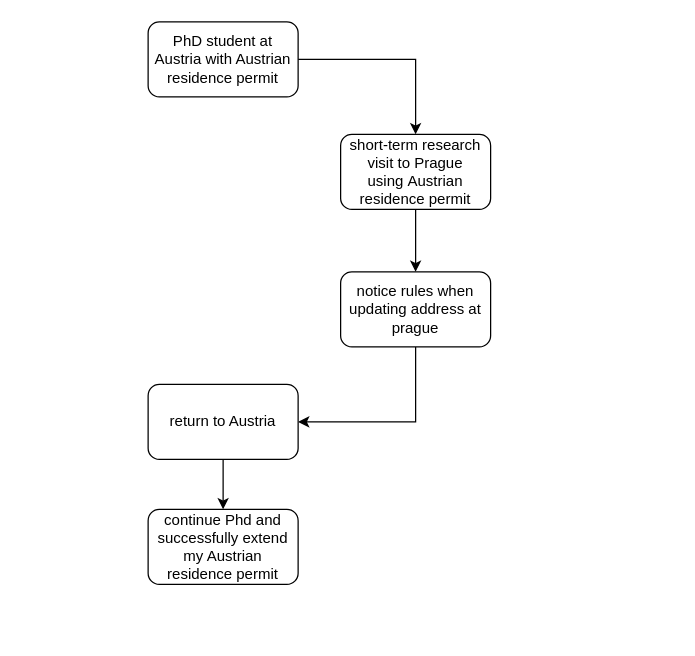
This is czech-visa.drawio from Zhang-Liao/draw-io, a draw.io file, before an edit. Source tidied: cells renumbered, new cells numbered last; positions are measured from the earlier drawing's top-left corner, leaving out a move shared by most shapes. Both pictures are drawn from the tidied source at 125%, with x=0, y=0 at pixel (148, 21).
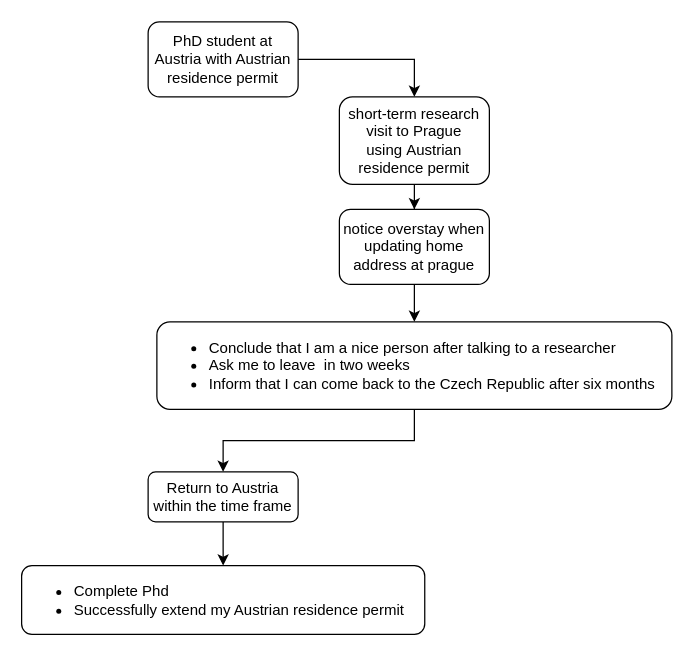
The same page after the edit.

What changed in the source:
```diff
@@
 <mxGraphModel>
   <root>
     <mxCell id="0" />
     <mxCell id="1" parent="0" />
     <mxCell id="2" style="edgeStyle=orthogonalEdgeStyle;rounded=0;jettySize=auto;html=1;exitX=1;exitY=0.5;exitDx=0;exitDy=0;entryX=0.5;entryY=0;entryDx=0;entryDy=0;" parent="1" edge="1" source="3" target="4">
       <mxGeometry relative="1" as="geometry" />
     </mxCell>
     <mxCell id="3" value="PhD student at Austria with Austrian residence permit" style="rounded=1;whiteSpace=wrap;html=1;" parent="1" vertex="1">
       <mxGeometry width="120" height="60" as="geometry" />
     </mxCell>
     <mxCell id="4" value="short-term research visit to Prague&lt;div&gt;using&amp;nbsp;&lt;span style=&quot;background-color: transparent; color: light-dark(rgb(0, 0, 0), rgb(255, 255, 255));&quot;&gt;Austrian residence permit&lt;/span&gt;&lt;/div&gt;" style="rounded=1;whiteSpace=wrap;html=1;" parent="1" vertex="1">
-      <mxGeometry x="154" y="90" width="120" height="60" as="geometry" />
+      <mxGeometry x="153" y="60" width="120" height="70" as="geometry" />
     </mxCell>
-    <mxCell id="5" style="edgeStyle=orthogonalEdgeStyle;rounded=0;jettySize=auto;html=1;entryX=1;entryY=0.5;entryDx=0;entryDy=0;exitX=0.5;exitY=1;exitDx=0;exitDy=0;" parent="1" edge="1" source="6" target="9">
+    <mxCell id="5" style="edgeStyle=orthogonalEdgeStyle;rounded=0;jettySize=auto;html=1;entryX=0.5;entryY=0;entryDx=0;entryDy=0;exitX=0.5;exitY=1;exitDx=0;exitDy=0;" parent="1" edge="1" source="12" target="15">
       <mxGeometry relative="1" as="geometry" />
     </mxCell>
+    <mxCell id="11" style="edgeStyle=orthogonalEdgeStyle;rounded=0;jettySize=auto;html=1;entryX=0.5;entryY=0;entryDx=0;entryDy=0;" parent="1" edge="1" source="6" target="12">
+      <mxGeometry relative="1" as="geometry" />
+    </mxCell>
-    <mxCell id="6" value="notice rules when updating address at prague" style="rounded=1;whiteSpace=wrap;html=1;" parent="1" vertex="1">
-      <mxGeometry x="154" y="200" width="120" height="60" as="geometry" />
+    <mxCell id="6" value="notice overstay when updating home address at prague" style="rounded=1;whiteSpace=wrap;html=1;" parent="1" vertex="1">
+      <mxGeometry x="153" y="150" width="120" height="60" as="geometry" />
     </mxCell>
     <mxCell id="7" style="edgeStyle=orthogonalEdgeStyle;rounded=0;jettySize=auto;html=1;entryX=0.5;entryY=0;entryDx=0;entryDy=0;" parent="1" edge="1" source="4" target="6">
       <mxGeometry relative="1" as="geometry" />
     </mxCell>
-    <mxCell id="8" style="edgeStyle=orthogonalEdgeStyle;rounded=0;jettySize=auto;html=1;entryX=0.5;entryY=0;entryDx=0;entryDy=0;" parent="1" edge="1" source="9" target="10">
-      <mxGeometry relative="1" as="geometry" />
-    </mxCell>
-    <mxCell id="9" value="return to Austria" style="rounded=1;whiteSpace=wrap;html=1;" parent="1" vertex="1">
-      <mxGeometry y="290" width="120" height="60" as="geometry" />
-    </mxCell>
-    <mxCell id="10" value="continue Phd and successfully extend my Austrian residence permit" style="rounded=1;whiteSpace=wrap;html=1;" parent="1" vertex="1">
-      <mxGeometry y="390" width="120" height="60" as="geometry" />
-    </mxCell>
+    <mxCell id="12" value="&lt;div&gt;&lt;ul&gt;&lt;li&gt;Conclude that I am a nice person after talking to a researcher&lt;/li&gt;&lt;li&gt;Ask me to leave&amp;nbsp; in two weeks&lt;/li&gt;&lt;li&gt;&lt;span style=&quot;background-color: transparent; color: light-dark(rgb(0, 0, 0), rgb(255, 255, 255));&quot;&gt;Inform that I can come back to the Czech Republic after six months&lt;/span&gt;&lt;/li&gt;&lt;/ul&gt;&lt;/div&gt;" style="rounded=1;whiteSpace=wrap;html=1;align=left;" parent="1" vertex="1">
+      <mxGeometry x="7" y="240" width="412" height="70" as="geometry" />
+    </mxCell>
+    <mxCell id="13" value="&lt;ul&gt;&lt;li&gt;&lt;span style=&quot;background-color: transparent; color: light-dark(rgb(0, 0, 0), rgb(255, 255, 255));&quot;&gt;Complete&lt;/span&gt;&lt;span style=&quot;background-color: transparent; color: light-dark(rgb(0, 0, 0), rgb(255, 255, 255));&quot;&gt;&amp;nbsp;Phd&lt;/span&gt;&lt;/li&gt;&lt;li&gt;&lt;span style=&quot;background-color: transparent; color: light-dark(rgb(0, 0, 0), rgb(255, 255, 255));&quot;&gt;Successfully extend my Austrian residence permit&lt;/span&gt;&lt;/li&gt;&lt;/ul&gt;" style="rounded=1;whiteSpace=wrap;html=1;align=left;" parent="1" vertex="1">
+      <mxGeometry x="-101.2" y="435" width="322.5" height="55" as="geometry" />
+    </mxCell>
+    <mxCell id="14" style="edgeStyle=orthogonalEdgeStyle;rounded=0;jettySize=auto;html=1;entryX=0.5;entryY=0;entryDx=0;entryDy=0;" parent="1" edge="1" source="15" target="13">
+      <mxGeometry relative="1" as="geometry" />
+    </mxCell>
+    <mxCell id="15" value="&lt;span style=&quot;background-color: transparent; color: light-dark(rgb(0, 0, 0), rgb(255, 255, 255));&quot;&gt;Return to Austria within the time frame&lt;/span&gt;" style="rounded=1;whiteSpace=wrap;html=1;" parent="1" vertex="1">
+      <mxGeometry y="360" width="120" height="40" as="geometry" />
+    </mxCell>
   </root>
 </mxGraphModel>
```
